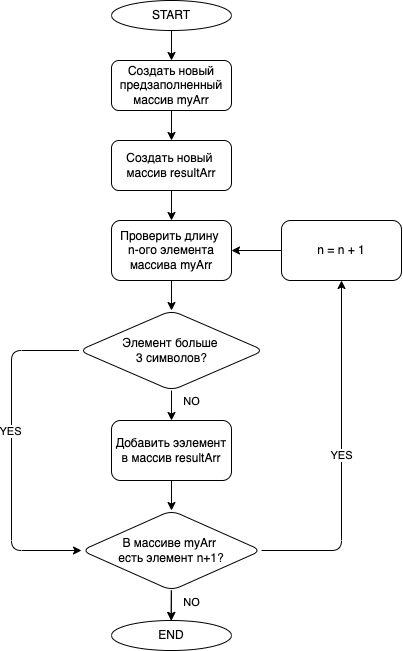
Earlier version of the draw.io export flowgraph.drawio.png (NGShpagin/Final_test_1st_block). Source tidied: cells renumbered, new cells last; positions are measured from the earlier drawing's top-left corner, leaving out a move shared by most shapes.
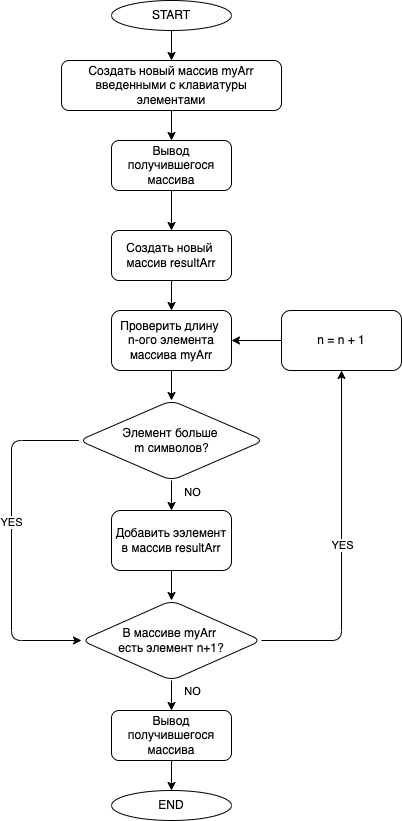
Above is the later version.

The edit, as a diff of the source:
```diff
@@ -6,13 +6,13 @@
       <mxGeometry relative="1" as="geometry" />
     </mxCell>
     <mxCell id="3" value="START" style="ellipse;whiteSpace=wrap;html=1;" parent="1" vertex="1">
-      <mxGeometry x="100" width="120" height="30" as="geometry" />
+      <mxGeometry x="100" y="-90" width="120" height="30" as="geometry" />
     </mxCell>
-    <mxCell id="4" style="edgeStyle=none;html=1;" parent="1" edge="1" source="5" target="25">
-      <mxGeometry relative="1" as="geometry" />
-    </mxCell>
+    <mxCell id="26" style="edgeStyle=none;html=1;" parent="1" edge="1" source="5" target="29">
+      <mxGeometry relative="1" as="geometry" />
+    </mxCell>
-    <mxCell id="5" value="&lt;span&gt;Создать новый предзаполненный массив myArr&lt;/span&gt;" style="rounded=1;whiteSpace=wrap;html=1;" parent="1" vertex="1">
-      <mxGeometry x="100" y="60" width="120" height="50" as="geometry" />
+    <mxCell id="5" value="&lt;span&gt;Создать новый массив myArr введенными с клавиатуры элементами&lt;/span&gt;" style="rounded=1;whiteSpace=wrap;html=1;" parent="1" vertex="1">
+      <mxGeometry x="50" y="-30" width="220" height="50" as="geometry" />
     </mxCell>
     <mxCell id="6" style="edgeStyle=none;html=1;" parent="1" edge="1" source="7" target="10">
       <mxGeometry relative="1" as="geometry" />
@@ -28,20 +28,17 @@
         <mxPoint x="16" as="offset" />
       </mxGeometry>
     </mxCell>
-    <mxCell id="10" value="Элемент больше &lt;br&gt;3 символов?" style="rhombus;whiteSpace=wrap;html=1;rounded=1;" parent="1" vertex="1">
+    <mxCell id="10" value="Элемент больше &lt;br&gt;m символов?" style="rhombus;whiteSpace=wrap;html=1;rounded=1;" parent="1" vertex="1">
       <mxGeometry x="67.5" y="310" width="185" height="80" as="geometry" />
     </mxCell>
-    <mxCell id="11" style="edgeStyle=none;html=1;" parent="1" edge="1" source="14" target="19">
-      <mxGeometry relative="1" as="geometry" />
-    </mxCell>
+    <mxCell id="27" style="edgeStyle=none;html=1;" parent="1" edge="1" source="14" target="31">
+      <mxGeometry relative="1" as="geometry" />
+    </mxCell>
-    <mxCell id="12" value="NO" style="edgeLabel;html=1;align=center;verticalAlign=middle;" parent="11" vertex="1">
-      <mxGeometry x="-0.2" y="2" relative="1" as="geometry">
-        <mxPoint x="18" as="offset" />
+    <mxCell id="12" value="NO" style="edgeLabel;html=1;align=center;verticalAlign=middle;" parent="27" vertex="1">
+      <mxGeometry x="-0.53" y="-2" relative="1" as="geometry">
+        <mxPoint x="22" y="3" as="offset" />
       </mxGeometry>
     </mxCell>
-    <mxCell id="13" style="edgeStyle=none;html=1;" parent="1" edge="1" source="14" target="19">
-      <mxGeometry relative="1" as="geometry" />
-    </mxCell>
     <mxCell id="14" value="В массиве myArr &lt;br&gt;есть элемент n+1?" style="rhombus;whiteSpace=wrap;html=1;rounded=1;" parent="1" vertex="1">
       <mxGeometry x="70" y="510" width="180" height="80" as="geometry" />
     </mxCell>
@@ -63,7 +60,7 @@
       <mxGeometry x="-0.12" y="-1" relative="1" as="geometry" />
     </mxCell>
     <mxCell id="19" value="END" style="ellipse;whiteSpace=wrap;html=1;" parent="1" vertex="1">
-      <mxGeometry x="100" y="620" width="120" height="30" as="geometry" />
+      <mxGeometry x="100" y="700" width="120" height="30" as="geometry" />
     </mxCell>
     <mxCell id="20" style="endArrow=classic;html=1;exitX=1;exitY=0.5;exitDx=0;exitDy=0;entryX=0.5;entryY=1;entryDx=0;entryDy=0;" parent="1" edge="1" source="14" target="23">
       <mxGeometry relative="1" as="geometry">
@@ -87,5 +84,17 @@
     <mxCell id="25" value="&lt;span&gt;Создать новый&amp;nbsp; массив resultArr&lt;/span&gt;" style="rounded=1;whiteSpace=wrap;html=1;" parent="1" vertex="1">
       <mxGeometry x="100" y="140" width="120" height="50" as="geometry" />
     </mxCell>
+    <mxCell id="28" style="edgeStyle=none;html=1;" parent="1" edge="1" source="29" target="25">
+      <mxGeometry relative="1" as="geometry" />
+    </mxCell>
+    <mxCell id="29" value="Вывод получившегося массива" style="rounded=1;whiteSpace=wrap;html=1;" parent="1" vertex="1">
+      <mxGeometry x="100" y="50" width="120" height="50" as="geometry" />
+    </mxCell>
+    <mxCell id="30" style="edgeStyle=none;html=1;" parent="1" edge="1" source="31" target="19">
+      <mxGeometry relative="1" as="geometry" />
+    </mxCell>
+    <mxCell id="31" value="Вывод получившегося массива" style="rounded=1;whiteSpace=wrap;html=1;" parent="1" vertex="1">
+      <mxGeometry x="100" y="620" width="120" height="50" as="geometry" />
+    </mxCell>
   </root>
 </mxGraphModel>
```
